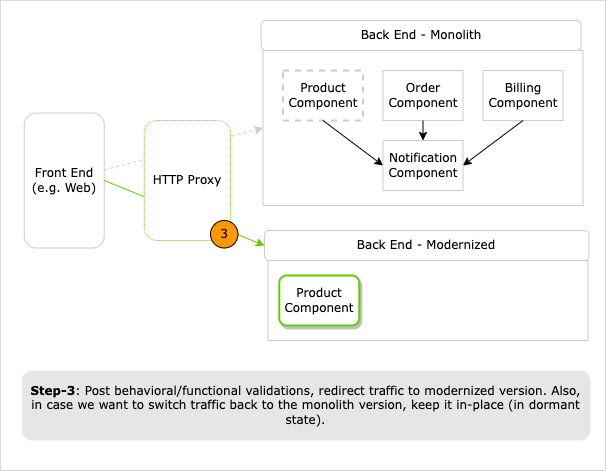
This is diagrams/strangler-fig-switch-traffic.png from shahzadhuq/modernization-decomposing-monolith, a draw.io export, as it was before one commit. Source tidied: cells renumbered, new cells last; positions are measured from the earlier drawing's top-left corner, leaving out a move shared by most shapes. Its diagram source:
```xml
<mxGraphModel>
  <root>
    <mxCell id="0" />
    <mxCell id="1" parent="0" />
    <mxCell id="2" style="rounded=0;whiteSpace=wrap;html=1;strokeColor=#B3B3B3;fillColor=default;strokeWidth=1;dashed=1;dashPattern=1 1;shadow=0;fontFamily=Verdana;perimeterSpacing=0;" parent="1" vertex="1">
      <mxGeometry width="605" height="470" as="geometry" />
    </mxCell>
    <mxCell id="3" style="rounded=0;whiteSpace=wrap;html=1;strokeColor=#CCCCCC;fontFamily=Verdana;" parent="1" vertex="1">
      <mxGeometry x="262.5" y="50" width="320" height="155" as="geometry" />
    </mxCell>
    <mxCell id="4" value="Front End (e.g. Web)" style="text;html=1;strokeColor=#CCCCCC;fillColor=default;align=center;verticalAlign=middle;whiteSpace=wrap;rounded=1;shadow=0;fontFamily=Verdana;" parent="1" vertex="1">
      <mxGeometry x="23.8" y="112.5" width="80" height="135" as="geometry" />
    </mxCell>
    <mxCell id="5" value="Back End - Monolith" style="text;html=1;strokeColor=#CCCCCC;fillColor=default;align=center;verticalAlign=middle;whiteSpace=wrap;rounded=1;shadow=0;fontFamily=Verdana;" parent="1" vertex="1">
      <mxGeometry x="260.6" y="20" width="320" height="30" as="geometry" />
    </mxCell>
    <mxCell id="6" value="Product Component" style="rounded=0;whiteSpace=wrap;html=1;strokeColor=#CCCCCC;fillColor=default;dashed=1;strokeWidth=2;fontFamily=Verdana;" parent="1" vertex="1">
      <mxGeometry x="282.5" y="70" width="80" height="50" as="geometry" />
    </mxCell>
    <mxCell id="7" value="Order Component" style="rounded=0;whiteSpace=wrap;html=1;strokeColor=#CCCCCC;fillColor=default;fontFamily=Verdana;" parent="1" vertex="1">
      <mxGeometry x="382.5" y="70" width="80" height="50" as="geometry" />
    </mxCell>
    <mxCell id="8" value="Billing Component" style="rounded=0;whiteSpace=wrap;html=1;strokeColor=#CCCCCC;fillColor=default;fontFamily=Verdana;" parent="1" vertex="1">
      <mxGeometry x="482.5" y="70" width="80" height="50" as="geometry" />
    </mxCell>
    <mxCell id="9" value="Notification Component" style="rounded=0;whiteSpace=wrap;html=1;strokeColor=#CCCCCC;fillColor=default;fontFamily=Verdana;" parent="1" vertex="1">
      <mxGeometry x="382.5" y="140" width="80" height="50" as="geometry" />
    </mxCell>
    <mxCell id="10" style="endArrow=classic;html=1;rounded=0;exitX=0.5;exitY=1;exitDx=0;exitDy=0;entryX=0;entryY=0.5;entryDx=0;entryDy=0;fontFamily=Verdana;" parent="1" edge="1" source="6" target="9">
      <mxGeometry relative="1" as="geometry" />
    </mxCell>
    <mxCell id="11" style="endArrow=classic;html=1;rounded=0;exitX=0.5;exitY=1;exitDx=0;exitDy=0;entryX=0.5;entryY=0;entryDx=0;entryDy=0;fontFamily=Verdana;" parent="1" edge="1" source="7" target="9">
      <mxGeometry relative="1" as="geometry" />
    </mxCell>
    <mxCell id="12" style="endArrow=classic;html=1;rounded=0;exitX=0.5;exitY=1;exitDx=0;exitDy=0;entryX=1;entryY=0.5;entryDx=0;entryDy=0;fontFamily=Verdana;" parent="1" edge="1" source="8" target="9">
      <mxGeometry relative="1" as="geometry" />
    </mxCell>
    <mxCell id="13" style="endArrow=classic;html=1;rounded=0;entryX=0;entryY=0.5;entryDx=0;entryDy=0;startArrow=none;fontFamily=Verdana;dashed=1;strokeColor=#CCCCCC;" parent="1" edge="1" source="4" target="3">
      <mxGeometry relative="1" as="geometry" />
    </mxCell>
    <mxCell id="14" style="rounded=0;whiteSpace=wrap;html=1;strokeColor=#CCCCCC;shadow=0;strokeWidth=1;fontFamily=Verdana;" parent="1" vertex="1">
      <mxGeometry x="267.5" y="260" width="320" height="80" as="geometry" />
    </mxCell>
    <mxCell id="15" value="Product Component" style="rounded=1;whiteSpace=wrap;html=1;strokeColor=#66CC00;fillColor=default;shadow=1;strokeWidth=2;fontFamily=Verdana;" parent="1" vertex="1">
      <mxGeometry x="278.8" y="275" width="80" height="50" as="geometry" />
    </mxCell>
    <mxCell id="16" style="endArrow=classic;html=1;rounded=1;exitX=1;exitY=0.5;exitDx=0;exitDy=0;entryX=0;entryY=0.5;entryDx=0;entryDy=0;fontFamily=Verdana;fontSize=12;fillColor=default;strokeColor=#66CC00;shadow=0;strokeWidth=1;" parent="1" edge="1" source="4" target="19">
      <mxGeometry relative="1" as="geometry" />
    </mxCell>
    <mxCell id="17" value="HTTP Proxy" style="rounded=1;whiteSpace=wrap;html=1;shadow=0;dashed=1;strokeColor=#66CC00;strokeWidth=1;fillColor=default;rotation=0;dashPattern=1 1;fontFamily=Verdana;" parent="1" vertex="1">
      <mxGeometry x="143.8" y="120" width="86.2" height="120" as="geometry" />
    </mxCell>
    <mxCell id="18" value="&lt;b&gt;Step-3&lt;/b&gt;: Post behavioral/functional validations, redirect traffic to modernized version. Also, in case we want to switch traffic back to the monolith version, keep it in-place (in dormant state)." style="text;html=1;strokeColor=none;fillColor=#E6E6E6;align=center;verticalAlign=middle;whiteSpace=wrap;rounded=1;shadow=0;perimeterSpacing=0;spacing=7;fontFamily=Verdana;" parent="1" vertex="1">
      <mxGeometry x="21.2" y="370" width="568.8" height="70" as="geometry" />
    </mxCell>
    <mxCell id="19" value="Back End - Modernized" style="text;html=1;strokeColor=#CCCCCC;fillColor=default;align=center;verticalAlign=middle;whiteSpace=wrap;rounded=1;shadow=0;strokeWidth=1;fontFamily=Verdana;" parent="1" vertex="1">
      <mxGeometry x="264.1" y="230" width="324.4" height="30" as="geometry" />
    </mxCell>
    <mxCell id="20" value="3" style="ellipse;whiteSpace=wrap;html=1;fillColor=#FE9800;fontFamily=Verdana;" parent="1" vertex="1">
      <mxGeometry x="210" y="220" width="27.5" height="27.5" as="geometry" />
    </mxCell>
  </root>
</mxGraphModel>
```
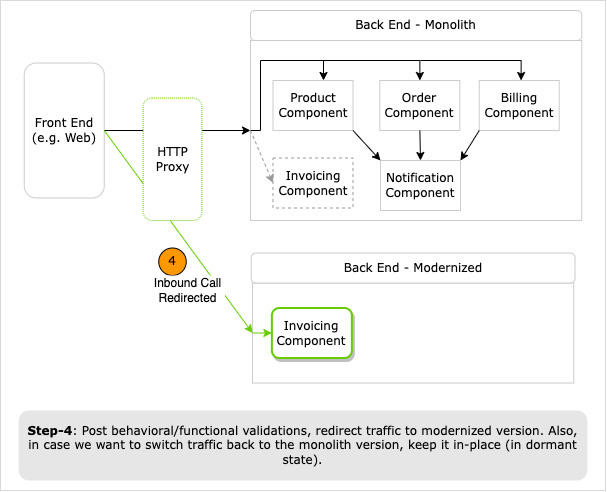
The same diagram one commit later.

Commit message:
[v2-WIP] - updating strangler fig section.

Change to the diagram source:
```diff
@@ -2,62 +2,94 @@
   <root>
     <mxCell id="0" />
     <mxCell id="1" parent="0" />
-    <mxCell id="2" style="rounded=0;whiteSpace=wrap;html=1;strokeColor=#B3B3B3;fillColor=default;strokeWidth=1;dashed=1;dashPattern=1 1;shadow=0;fontFamily=Verdana;perimeterSpacing=0;" parent="1" vertex="1">
-      <mxGeometry width="605" height="470" as="geometry" />
+    <mxCell id="2" style="rounded=0;whiteSpace=wrap;html=1;strokeColor=#B3B3B3;fillColor=default;strokeWidth=1;dashed=1;dashPattern=1 1;shadow=0;fontFamily=Verdana;" parent="1" vertex="1">
+      <mxGeometry x="-2" y="320" width="605" height="490" as="geometry" />
     </mxCell>
     <mxCell id="3" style="rounded=0;whiteSpace=wrap;html=1;strokeColor=#CCCCCC;fontFamily=Verdana;" parent="1" vertex="1">
-      <mxGeometry x="262.5" y="50" width="320" height="155" as="geometry" />
+      <mxGeometry x="248" y="360" width="331.2" height="180" as="geometry" />
     </mxCell>
     <mxCell id="4" value="Front End (e.g. Web)" style="text;html=1;strokeColor=#CCCCCC;fillColor=default;align=center;verticalAlign=middle;whiteSpace=wrap;rounded=1;shadow=0;fontFamily=Verdana;" parent="1" vertex="1">
-      <mxGeometry x="23.8" y="112.5" width="80" height="135" as="geometry" />
+      <mxGeometry x="21.8" y="382.5" width="80" height="135" as="geometry" />
     </mxCell>
     <mxCell id="5" value="Back End - Monolith" style="text;html=1;strokeColor=#CCCCCC;fillColor=default;align=center;verticalAlign=middle;whiteSpace=wrap;rounded=1;shadow=0;fontFamily=Verdana;" parent="1" vertex="1">
-      <mxGeometry x="260.6" y="20" width="320" height="30" as="geometry" />
+      <mxGeometry x="248" y="330" width="331.2" height="30" as="geometry" />
     </mxCell>
-    <mxCell id="6" value="Product Component" style="rounded=0;whiteSpace=wrap;html=1;strokeColor=#CCCCCC;fillColor=default;dashed=1;strokeWidth=2;fontFamily=Verdana;" parent="1" vertex="1">
-      <mxGeometry x="282.5" y="70" width="80" height="50" as="geometry" />
+    <mxCell id="6" value="Product Component" style="rounded=0;whiteSpace=wrap;html=1;strokeColor=#CCCCCC;fillColor=default;shadow=0;fontFamily=Verdana;" parent="1" vertex="1">
+      <mxGeometry x="270.5" y="400" width="80" height="50" as="geometry" />
     </mxCell>
     <mxCell id="7" value="Order Component" style="rounded=0;whiteSpace=wrap;html=1;strokeColor=#CCCCCC;fillColor=default;fontFamily=Verdana;" parent="1" vertex="1">
-      <mxGeometry x="382.5" y="70" width="80" height="50" as="geometry" />
+      <mxGeometry x="377.4" y="400" width="80" height="50" as="geometry" />
     </mxCell>
     <mxCell id="8" value="Billing Component" style="rounded=0;whiteSpace=wrap;html=1;strokeColor=#CCCCCC;fillColor=default;fontFamily=Verdana;" parent="1" vertex="1">
-      <mxGeometry x="482.5" y="70" width="80" height="50" as="geometry" />
+      <mxGeometry x="476.8" y="400" width="80" height="50" as="geometry" />
     </mxCell>
     <mxCell id="9" value="Notification Component" style="rounded=0;whiteSpace=wrap;html=1;strokeColor=#CCCCCC;fillColor=default;fontFamily=Verdana;" parent="1" vertex="1">
-      <mxGeometry x="382.5" y="140" width="80" height="50" as="geometry" />
+      <mxGeometry x="378" y="480" width="80" height="50" as="geometry" />
     </mxCell>
-    <mxCell id="10" style="endArrow=classic;html=1;rounded=0;exitX=0.5;exitY=1;exitDx=0;exitDy=0;entryX=0;entryY=0.5;entryDx=0;entryDy=0;fontFamily=Verdana;" parent="1" edge="1" source="6" target="9">
+    <mxCell id="10" style="endArrow=classic;html=1;rounded=0;exitX=1;exitY=1;exitDx=0;exitDy=0;entryX=0;entryY=0;entryDx=0;entryDy=0;fontFamily=Verdana;" parent="1" edge="1" source="6" target="9">
       <mxGeometry relative="1" as="geometry" />
     </mxCell>
     <mxCell id="11" style="endArrow=classic;html=1;rounded=0;exitX=0.5;exitY=1;exitDx=0;exitDy=0;entryX=0.5;entryY=0;entryDx=0;entryDy=0;fontFamily=Verdana;" parent="1" edge="1" source="7" target="9">
       <mxGeometry relative="1" as="geometry" />
     </mxCell>
-    <mxCell id="12" style="endArrow=classic;html=1;rounded=0;exitX=0.5;exitY=1;exitDx=0;exitDy=0;entryX=1;entryY=0.5;entryDx=0;entryDy=0;fontFamily=Verdana;" parent="1" edge="1" source="8" target="9">
+    <mxCell id="12" style="endArrow=classic;html=1;rounded=0;exitX=0;exitY=1;exitDx=0;exitDy=0;entryX=1;entryY=0;entryDx=0;entryDy=0;fontFamily=Verdana;" parent="1" edge="1" source="8" target="9">
       <mxGeometry relative="1" as="geometry" />
     </mxCell>
-    <mxCell id="13" style="endArrow=classic;html=1;rounded=0;entryX=0;entryY=0.5;entryDx=0;entryDy=0;startArrow=none;fontFamily=Verdana;dashed=1;strokeColor=#CCCCCC;" parent="1" edge="1" source="4" target="3">
+    <mxCell id="13" style="endArrow=classic;html=1;rounded=0;entryX=0;entryY=0.5;entryDx=0;entryDy=0;exitX=1;exitY=0.5;exitDx=0;exitDy=0;fontFamily=Verdana;startArrow=none;strokeColor=#000000;" parent="1" edge="1" source="4" target="3">
       <mxGeometry relative="1" as="geometry" />
     </mxCell>
-    <mxCell id="14" style="rounded=0;whiteSpace=wrap;html=1;strokeColor=#CCCCCC;shadow=0;strokeWidth=1;fontFamily=Verdana;" parent="1" vertex="1">
-      <mxGeometry x="267.5" y="260" width="320" height="80" as="geometry" />
+    <mxCell id="14" style="endArrow=classic;html=1;rounded=0;exitX=0;exitY=0.5;exitDx=0;exitDy=0;fontFamily=Verdana;edgeStyle=orthogonalEdgeStyle;" parent="1" edge="1" source="3" target="6">
+      <mxGeometry relative="1" as="geometry">
+        <Array as="points">
+          <mxPoint x="258" y="450" />
+          <mxPoint x="258" y="380" />
+          <mxPoint x="321" y="380" />
+        </Array>
+      </mxGeometry>
     </mxCell>
-    <mxCell id="15" value="Product Component" style="rounded=1;whiteSpace=wrap;html=1;strokeColor=#66CC00;fillColor=default;shadow=1;strokeWidth=2;fontFamily=Verdana;" parent="1" vertex="1">
-      <mxGeometry x="278.8" y="275" width="80" height="50" as="geometry" />
+    <mxCell id="15" style="endArrow=classic;html=1;rounded=0;entryX=0.5;entryY=0;entryDx=0;entryDy=0;fontFamily=Verdana;edgeStyle=orthogonalEdgeStyle;" parent="1" edge="1" target="7">
+      <mxGeometry relative="1" as="geometry">
+        <mxPoint x="318" y="380" as="sourcePoint" />
+      </mxGeometry>
     </mxCell>
-    <mxCell id="16" style="endArrow=classic;html=1;rounded=1;exitX=1;exitY=0.5;exitDx=0;exitDy=0;entryX=0;entryY=0.5;entryDx=0;entryDy=0;fontFamily=Verdana;fontSize=12;fillColor=default;strokeColor=#66CC00;shadow=0;strokeWidth=1;" parent="1" edge="1" source="4" target="19">
-      <mxGeometry relative="1" as="geometry" />
+    <mxCell id="16" style="endArrow=classic;html=1;rounded=0;entryX=0.5;entryY=0;entryDx=0;entryDy=0;fontFamily=Verdana;edgeStyle=orthogonalEdgeStyle;" parent="1" edge="1">
+      <mxGeometry relative="1" as="geometry">
+        <mxPoint x="418" y="380" as="sourcePoint" />
+        <mxPoint x="518.6" y="400" as="targetPoint" />
+      </mxGeometry>
     </mxCell>
-    <mxCell id="17" value="HTTP Proxy" style="rounded=1;whiteSpace=wrap;html=1;shadow=0;dashed=1;strokeColor=#66CC00;strokeWidth=1;fillColor=default;rotation=0;dashPattern=1 1;fontFamily=Verdana;" parent="1" vertex="1">
-      <mxGeometry x="143.8" y="120" width="86.2" height="120" as="geometry" />
+    <mxCell id="17" style="rounded=0;whiteSpace=wrap;html=1;strokeColor=#CCCCCC;shadow=0;strokeWidth=1;fontFamily=Verdana;" parent="1" vertex="1">
+      <mxGeometry x="250" y="602.5" width="321.2" height="100" as="geometry" />
     </mxCell>
-    <mxCell id="18" value="&lt;b&gt;Step-3&lt;/b&gt;: Post behavioral/functional validations, redirect traffic to modernized version. Also, in case we want to switch traffic back to the monolith version, keep it in-place (in dormant state)." style="text;html=1;strokeColor=none;fillColor=#E6E6E6;align=center;verticalAlign=middle;whiteSpace=wrap;rounded=1;shadow=0;perimeterSpacing=0;spacing=7;fontFamily=Verdana;" parent="1" vertex="1">
-      <mxGeometry x="21.2" y="370" width="568.8" height="70" as="geometry" />
+    <mxCell id="18" value="Invoicing Component" style="rounded=1;whiteSpace=wrap;html=1;strokeColor=#66CC00;fillColor=default;shadow=1;strokeWidth=2;fontFamily=Verdana;" parent="1" vertex="1">
+      <mxGeometry x="269.4" y="627.5" width="80" height="50" as="geometry" />
     </mxCell>
     <mxCell id="19" value="Back End - Modernized" style="text;html=1;strokeColor=#CCCCCC;fillColor=default;align=center;verticalAlign=middle;whiteSpace=wrap;rounded=1;shadow=0;strokeWidth=1;fontFamily=Verdana;" parent="1" vertex="1">
-      <mxGeometry x="264.1" y="230" width="324.4" height="30" as="geometry" />
+      <mxGeometry x="248.8" y="572.5" width="323.8" height="30" as="geometry" />
     </mxCell>
-    <mxCell id="20" value="3" style="ellipse;whiteSpace=wrap;html=1;fillColor=#FE9800;fontFamily=Verdana;" parent="1" vertex="1">
-      <mxGeometry x="210" y="220" width="27.5" height="27.5" as="geometry" />
+    <mxCell id="20" value="4" style="ellipse;whiteSpace=wrap;html=1;fillColor=#FE9800;fontFamily=Verdana;" parent="1" vertex="1">
+      <mxGeometry x="156.2" y="567.5" width="27.5" height="27.5" as="geometry" />
     </mxCell>
+    <mxCell id="21" value="Invoicing Component" style="rounded=0;whiteSpace=wrap;html=1;strokeColor=#999999;fillColor=default;shadow=0;fontFamily=Verdana;dashed=1;" parent="1" vertex="1">
+      <mxGeometry x="270.5" y="477.5" width="80" height="50" as="geometry" />
+    </mxCell>
+    <mxCell id="22" style="endArrow=classic;html=1;rounded=0;fontFamily=Verdana;entryX=0;entryY=0.5;entryDx=0;entryDy=0;exitX=0;exitY=0.5;exitDx=0;exitDy=0;strokeColor=#999999;dashed=1;" parent="1" edge="1" source="3" target="21">
+      <mxGeometry relative="1" as="geometry" />
+    </mxCell>
+    <mxCell id="23" style="endArrow=classic;html=1;rounded=1;exitX=1;exitY=0.5;exitDx=0;exitDy=0;entryX=0;entryY=0.5;entryDx=0;entryDy=0;fontFamily=Verdana;fontSize=12;fillColor=default;strokeColor=#66CC00;shadow=0;strokeWidth=1;" parent="1" edge="1" source="4" target="17">
+      <mxGeometry relative="1" as="geometry" />
+    </mxCell>
+    <mxCell id="24" value="HTTP Proxy" style="rounded=1;whiteSpace=wrap;html=1;shadow=0;dashed=1;strokeColor=#66CC00;strokeWidth=1;fillColor=default;rotation=0;dashPattern=1 1;fontFamily=Verdana;" parent="1" vertex="1">
+      <mxGeometry x="140.6" y="417.5" width="58.7" height="122.5" as="geometry" />
+    </mxCell>
+    <mxCell id="25" style="endArrow=classic;html=1;rounded=1;fontFamily=Verdana;entryX=0;entryY=0.5;entryDx=0;entryDy=0;exitX=0;exitY=0.5;exitDx=0;exitDy=0;strokeColor=#66CC00;fontSize=12;fillColor=default;shadow=0;strokeWidth=1;" parent="1" edge="1" source="17" target="18">
+      <mxGeometry relative="1" as="geometry" />
+    </mxCell>
+    <mxCell id="26" value="Inbound Call&lt;br&gt;Redirected" style="text;html=1;strokeColor=none;fillColor=default;align=center;verticalAlign=middle;whiteSpace=wrap;rounded=0;shadow=0;dashed=1;fontColor=#000000;" parent="1" vertex="1">
+      <mxGeometry x="149.4" y="595" width="73.1" height="30" as="geometry" />
+    </mxCell>
+    <mxCell id="27" value="&lt;b&gt;Step-4&lt;/b&gt;: Post behavioral/functional validations, redirect traffic to modernized version. Also, in case we want to switch traffic back to the monolith version, keep it in-place (in dormant state)." style="text;html=1;strokeColor=none;fillColor=#E6E6E6;align=center;verticalAlign=middle;whiteSpace=wrap;rounded=1;shadow=0;perimeterSpacing=0;spacing=7;fontFamily=Verdana;" parent="1" vertex="1">
+      <mxGeometry x="16.1" y="730" width="568.8" height="70" as="geometry" />
+    </mxCell>
   </root>
 </mxGraphModel>
```
